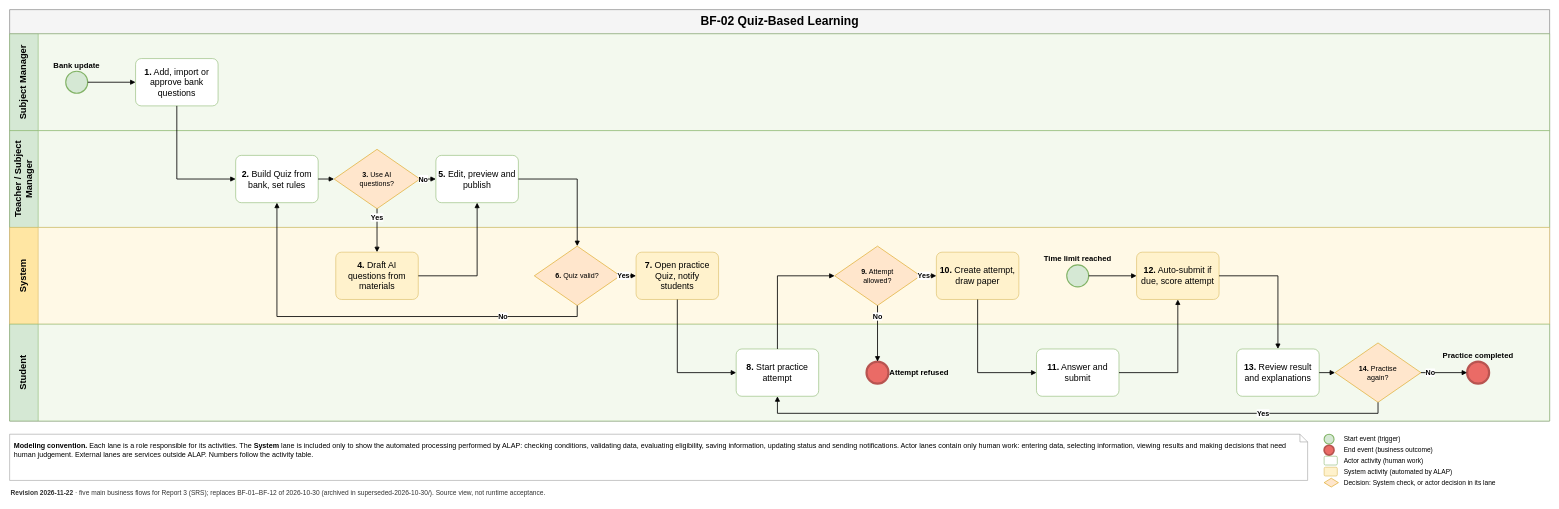
The draw.io diagram aidlc-docs/inception/main-business-flows/BF-02-Quiz-Based-Learning.drawio in hygef-v4/AI-Powered-Learning-Platform, before the edit. Source tidied: cells renumbered, new cells numbered last; positions are measured from the earlier drawing's top-left corner, leaving out a move shared by most shapes. Both pictures are drawn from the tidied source at 55%, with x=0, y=0 at pixel (9, 9).
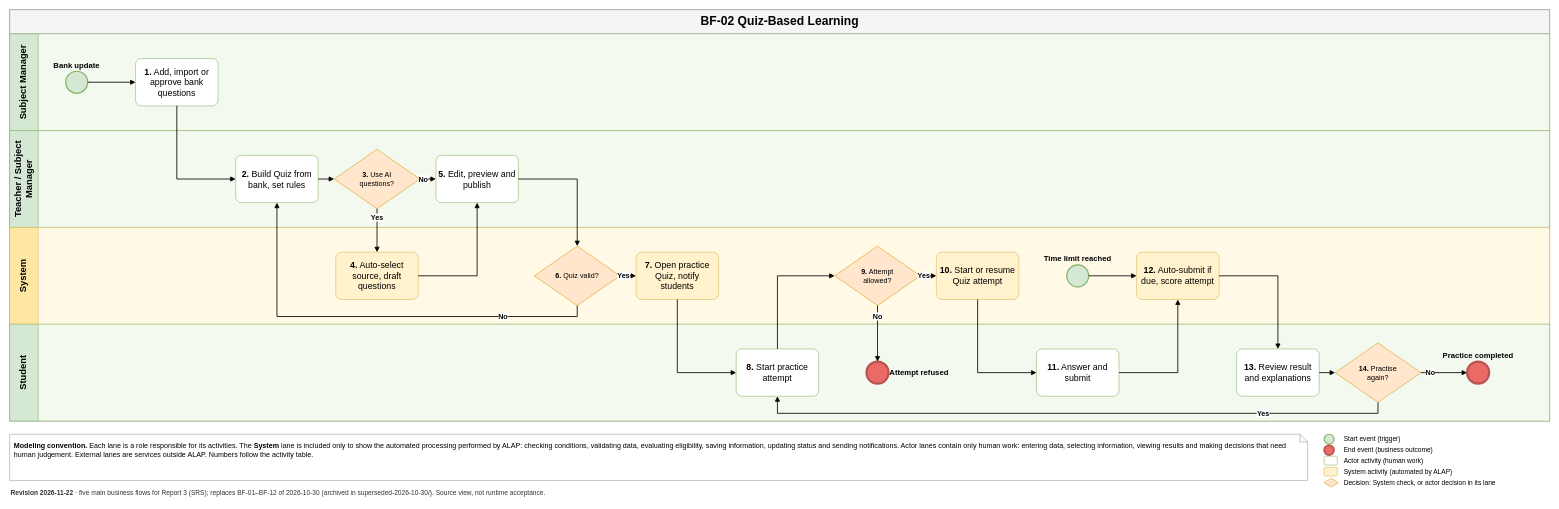
Above is the later version.

The change refers to these unchanged cells:
```xml
<mxCell id="5" value="System" style="swimlane;startSize=52;horizontal=0;html=1;whiteSpace=wrap;fillColor=#FFE6A3;swimlaneFillColor=#FFF9E6;strokeColor=#D6B656;fontSize=17;fontStyle=1;align=center;verticalAlign=middle;spacing=4;" parent="2" vertex="1">
  <mxGeometry y="396" width="2800" height="176" as="geometry" />
</mxCell>
```

What changed in the source:
```diff
@@
-    <mxCell id="11" value="&lt;b&gt;4.&lt;/b&gt; Draft AI questions from materials" style="rounded=1;whiteSpace=wrap;html=1;fillColor=#FFF2CC;strokeColor=#D6B656;fontSize=16;spacing=4;arcSize=12;" parent="5" vertex="1">
+    <mxCell id="11" value="&lt;b&gt;4.&lt;/b&gt; Auto-select source, draft questions" style="rounded=1;whiteSpace=wrap;html=1;fillColor=#FFF2CC;strokeColor=#D6B656;fontSize=16;spacing=4;arcSize=12;" parent="5" vertex="1">
       <mxGeometry x="593" y="45" width="150" height="86" as="geometry" />
     </mxCell>
@@
-    <mxCell id="18" value="&lt;b&gt;10.&lt;/b&gt; Create attempt, draw paper" style="rounded=1;whiteSpace=wrap;html=1;fillColor=#FFF2CC;strokeColor=#D6B656;fontSize=16;spacing=4;arcSize=12;" parent="5" vertex="1">
+    <mxCell id="18" value="&lt;b&gt;10.&lt;/b&gt; Start or resume Quiz attempt" style="rounded=1;whiteSpace=wrap;html=1;fillColor=#FFF2CC;strokeColor=#D6B656;fontSize=16;spacing=4;arcSize=12;" parent="5" vertex="1">
       <mxGeometry x="1685" y="45" width="150" height="86" as="geometry" />
     </mxCell>
```
